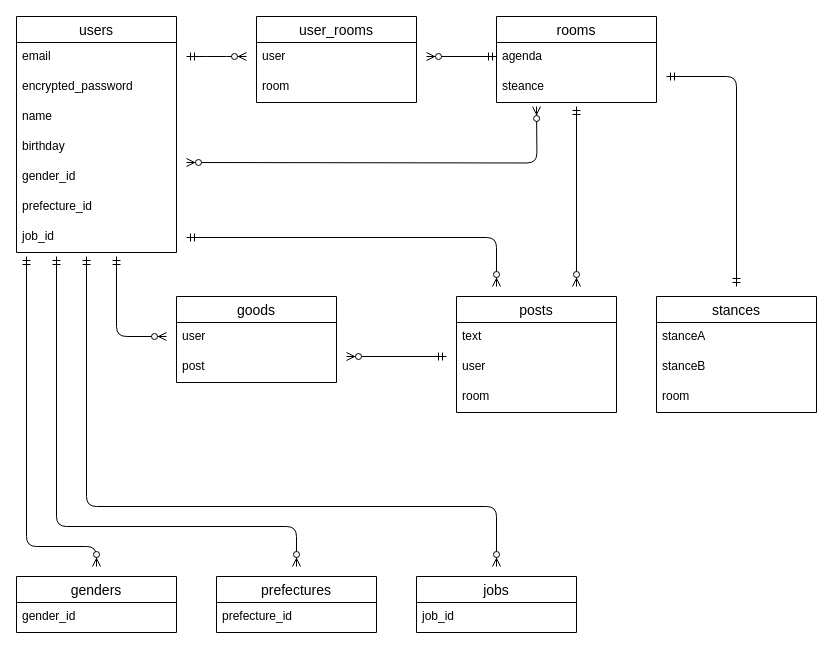
Earlier version of the draw.io diagram bin/ER.dio (massan7251/breakpoint_app). Source tidied: cells renumbered, new cells numbered last; positions are measured from the earlier drawing's top-left corner, leaving out a move shared by most shapes. Both pictures are drawn from the tidied source at 100%, with x=0, y=0 at pixel (16, 16).
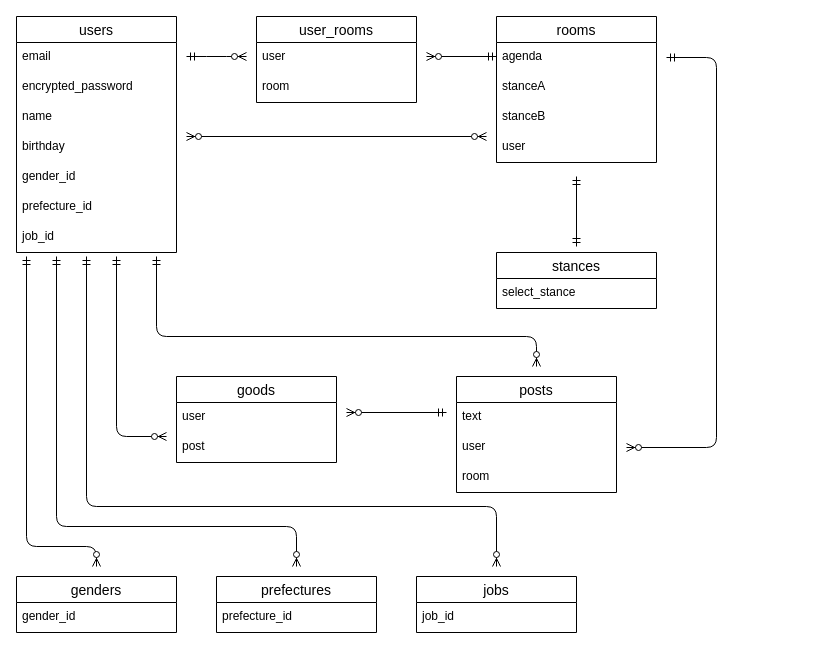
After the change.

Diff of the diagram source:
```diff
@@
     <mxCell id="10" value="stances" style="swimlane;fontStyle=0;horizontal=1;startSize=26;align=center;fontSize=14;" parent="1" vertex="1">
-      <mxGeometry x="640" y="280" width="160" height="116" as="geometry" />
+      <mxGeometry x="480" y="236" width="160" height="56" as="geometry" />
     </mxCell>
-    <mxCell id="11" value="stanceA" style="text;strokeColor=none;fillColor=none;spacingLeft=4;spacingRight=4;overflow=hidden;fontSize=12;" parent="10" vertex="1">
-      <mxGeometry y="26" width="160" height="30" as="geometry" />
-    </mxCell>
-    <mxCell id="12" value="stanceB" style="text;strokeColor=none;fillColor=none;spacingLeft=4;spacingRight=4;overflow=hidden;fontSize=12;" parent="10" vertex="1">
-      <mxGeometry y="56" width="160" height="30" as="geometry" />
-    </mxCell>
-    <mxCell id="13" value="room" style="text;strokeColor=none;fillColor=none;spacingLeft=4;spacingRight=4;overflow=hidden;fontSize=12;" parent="10" vertex="1">
-      <mxGeometry y="86" width="160" height="30" as="geometry" />
+    <mxCell id="13" value="select_stance" style="text;strokeColor=none;fillColor=none;spacingLeft=4;spacingRight=4;overflow=hidden;fontSize=12;" parent="10" vertex="1">
+      <mxGeometry y="26" width="160" height="30" as="geometry" />
     </mxCell>
     <mxCell id="14" value="posts" style="swimlane;fontStyle=0;horizontal=1;startSize=26;align=center;fontSize=14;" parent="1" vertex="1">
-      <mxGeometry x="440" y="280" width="160" height="116" as="geometry" />
+      <mxGeometry x="440" y="360" width="160" height="116" as="geometry" />
     </mxCell>
@@
     <mxCell id="18" value="rooms" style="swimlane;fontStyle=0;horizontal=1;startSize=26;align=center;fontSize=14;" parent="1" vertex="1">
-      <mxGeometry x="480" width="160" height="86" as="geometry" />
+      <mxGeometry x="480" width="160" height="146" as="geometry" />
     </mxCell>
@@
-    <mxCell id="20" value="steance" style="text;strokeColor=none;fillColor=none;spacingLeft=4;spacingRight=4;overflow=hidden;fontSize=12;" parent="18" vertex="1">
-      <mxGeometry y="56" width="160" height="30" as="geometry" />
-    </mxCell>
+    <mxCell id="11" value="stanceA" style="text;strokeColor=none;fillColor=none;spacingLeft=4;spacingRight=4;overflow=hidden;fontSize=12;" parent="18" vertex="1">
+      <mxGeometry y="56" width="160" height="30" as="geometry" />
+    </mxCell>
+    <mxCell id="12" value="stanceB" style="text;strokeColor=none;fillColor=none;spacingLeft=4;spacingRight=4;overflow=hidden;fontSize=12;" parent="18" vertex="1">
+      <mxGeometry y="86" width="160" height="30" as="geometry" />
+    </mxCell>
+    <mxCell id="44" value="user" style="text;strokeColor=none;fillColor=none;spacingLeft=4;spacingRight=4;overflow=hidden;fontSize=12;" parent="18" vertex="1">
+      <mxGeometry y="116" width="160" height="30" as="geometry" />
+    </mxCell>
@@
     <mxCell id="25" style="edgeStyle=orthogonalEdgeStyle;fontSize=12;html=1;endArrow=ERzeroToMany;endFill=1;startArrow=ERzeroToMany;" parent="1" edge="1">
       <mxGeometry relative="1" as="geometry">
-        <mxPoint x="170" y="146" as="sourcePoint" />
-        <mxPoint x="520" y="90" as="targetPoint" />
+        <mxPoint x="170" y="120" as="sourcePoint" />
+        <mxPoint x="470" y="120" as="targetPoint" />
+        <Array as="points">
+          <mxPoint x="170" y="120" />
+          <mxPoint x="520" y="120" />
+        </Array>
       </mxGeometry>
     </mxCell>
@@
     <mxCell id="27" style="edgeStyle=orthogonalEdgeStyle;fontSize=12;html=1;endArrow=ERzeroToMany;startArrow=ERmandOne;" parent="1" edge="1">
       <mxGeometry relative="1" as="geometry">
-        <mxPoint x="170" y="221" as="sourcePoint" />
-        <mxPoint x="480" y="270" as="targetPoint" />
+        <mxPoint x="140" y="240" as="sourcePoint" />
+        <mxPoint x="520" y="350" as="targetPoint" />
         <Array as="points">
-          <mxPoint x="480" y="221" />
+          <mxPoint x="140" y="320" />
+          <mxPoint x="520" y="320" />
         </Array>
       </mxGeometry>
     </mxCell>
@@
     <mxCell id="37" style="edgeStyle=orthogonalEdgeStyle;fontSize=12;html=1;endArrow=ERzeroToMany;startArrow=ERmandOne;" parent="1" edge="1">
       <mxGeometry relative="1" as="geometry">
-        <mxPoint x="560" y="90" as="sourcePoint" />
-        <mxPoint x="560" y="270" as="targetPoint" />
+        <mxPoint x="650" y="41" as="sourcePoint" />
+        <mxPoint x="610" y="431" as="targetPoint" />
+        <Array as="points">
+          <mxPoint x="700" y="41" />
+          <mxPoint x="700" y="431" />
+        </Array>
       </mxGeometry>
     </mxCell>
     <mxCell id="38" value="goods" style="swimlane;fontStyle=0;horizontal=1;startSize=26;align=center;fontSize=14;" parent="1" vertex="1">
-      <mxGeometry x="160" y="280" width="160" height="86" as="geometry" />
+      <mxGeometry x="160" y="360" width="160" height="86" as="geometry" />
     </mxCell>
@@
     <mxCell id="41" style="edgeStyle=orthogonalEdgeStyle;fontSize=12;html=1;endArrow=ERzeroToMany;startArrow=ERmandOne;" parent="1" edge="1">
       <mxGeometry relative="1" as="geometry">
         <mxPoint x="100" y="240" as="sourcePoint" />
-        <mxPoint x="150" y="320" as="targetPoint" />
+        <mxPoint x="150" y="420" as="targetPoint" />
         <Array as="points">
-          <mxPoint x="100" y="320" />
+          <mxPoint x="100" y="420" />
         </Array>
       </mxGeometry>
     </mxCell>
     <mxCell id="42" style="fontSize=12;html=1;endArrow=ERzeroToMany;startArrow=ERmandOne;" parent="1" edge="1">
       <mxGeometry relative="1" as="geometry">
-        <mxPoint x="430" y="340" as="sourcePoint" />
-        <mxPoint x="330" y="340" as="targetPoint" />
+        <mxPoint x="430" y="396" as="sourcePoint" />
+        <mxPoint x="330" y="396" as="targetPoint" />
       </mxGeometry>
     </mxCell>
-    <mxCell id="43" style="edgeStyle=orthogonalEdgeStyle;fontSize=12;html=1;endArrow=ERmandOne;startArrow=ERmandOne;" parent="1" edge="1">
-      <mxGeometry relative="1" as="geometry">
-        <mxPoint x="720" y="270" as="sourcePoint" />
-        <mxPoint x="650" y="60" as="targetPoint" />
-        <Array as="points">
-          <mxPoint x="720" y="60" />
-        </Array>
-      </mxGeometry>
-    </mxCell>
+    <mxCell id="45" style="fontSize=12;html=1;endArrow=ERmandOne;startArrow=ERmandOne;" parent="1" edge="1">
+      <mxGeometry relative="1" as="geometry">
+        <mxPoint x="560" y="230" as="sourcePoint" />
+        <mxPoint x="560" y="160" as="targetPoint" />
+      </mxGeometry>
+    </mxCell>
```
